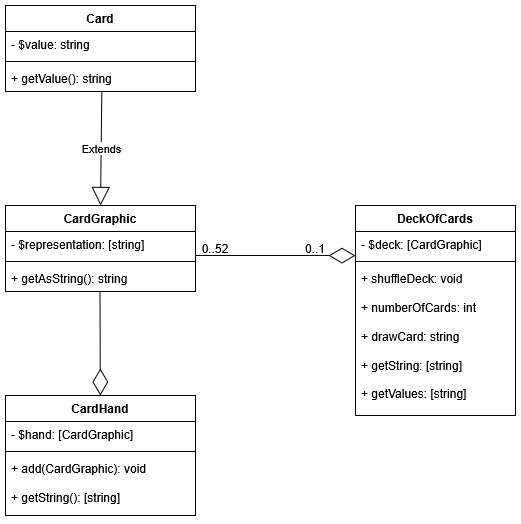
This is assets/images/kmom02mvc.png from lisarosengren/MVC, a draw.io export, as it was before one commit. Source tidied: cells renumbered, new cells last; positions are measured from the earlier drawing's top-left corner, leaving out a move shared by most shapes.
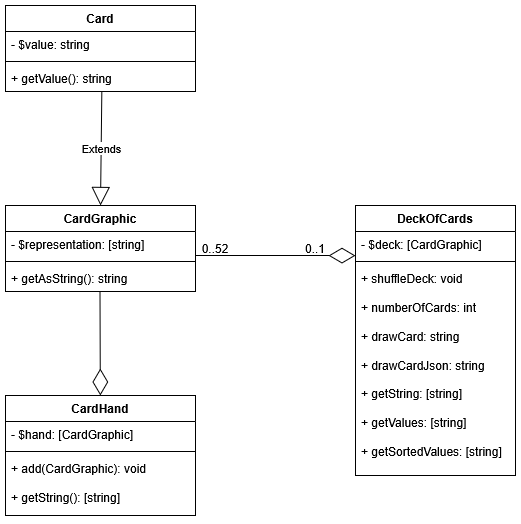
The same file after the commit.

Commit message:
Update UML, fix CSS on shuffle

The edit, as a diff of the source:
```diff
@@ -45,7 +45,7 @@
       <mxGeometry x="280" y="228" width="60" height="30" as="geometry" />
     </mxCell>
     <mxCell id="14" value="DeckOfCards" style="swimlane;fontStyle=1;align=center;verticalAlign=top;horizontal=1;startSize=26;whiteSpace=wrap;html=1;" parent="1" vertex="1">
-      <mxGeometry x="350" y="200" width="160" height="210" as="geometry" />
+      <mxGeometry x="350" y="200" width="160" height="270" as="geometry" />
     </mxCell>
     <mxCell id="15" value="- $deck: [CardGraphic]" style="text;strokeColor=none;fillColor=none;align=left;verticalAlign=top;spacingLeft=4;spacingRight=4;overflow=hidden;whiteSpace=wrap;html=1;" parent="14" vertex="1">
       <mxGeometry y="26" width="160" height="26" as="geometry" />
@@ -53,8 +53,8 @@
     <mxCell id="16" style="line;strokeWidth=1;fillColor=none;align=left;verticalAlign=middle;spacingTop=-1;spacingLeft=3;spacingRight=3;labelPosition=right;strokeColor=inherit;" parent="14" vertex="1">
       <mxGeometry y="52" width="160" height="8" as="geometry" />
     </mxCell>
-    <mxCell id="17" value="&lt;div&gt;+ shuffleDeck: void&lt;/div&gt;&lt;div&gt;&lt;br&gt;&lt;/div&gt;&lt;div&gt;+ numberOfCards: int&lt;/div&gt;&lt;div&gt;&lt;br&gt;&lt;/div&gt;&lt;div&gt;+ drawCard: string&lt;/div&gt;&lt;div&gt;&lt;br&gt;&lt;/div&gt;&lt;div&gt;+ getString: [string]&lt;/div&gt;&lt;div&gt;&lt;br&gt;&lt;/div&gt;&lt;div&gt;+ getValues: [string]&lt;/div&gt;&lt;div&gt;&lt;br&gt;&lt;/div&gt;&lt;div&gt;&lt;br&gt;&lt;/div&gt;" style="text;strokeColor=none;fillColor=none;align=left;verticalAlign=top;spacingLeft=4;spacingRight=4;overflow=hidden;whiteSpace=wrap;html=1;" parent="14" vertex="1">
-      <mxGeometry y="60" width="160" height="150" as="geometry" />
+    <mxCell id="17" value="&lt;div&gt;+ shuffleDeck: void&lt;/div&gt;&lt;div&gt;&lt;br&gt;&lt;/div&gt;&lt;div&gt;+ numberOfCards: int&lt;/div&gt;&lt;div&gt;&lt;br&gt;&lt;/div&gt;&lt;div&gt;+ drawCard: string&lt;/div&gt;&lt;div&gt;&lt;br&gt;&lt;/div&gt;&lt;div&gt;&lt;div&gt;+ drawCardJson: string&lt;/div&gt;&lt;br&gt;&lt;/div&gt;&lt;div&gt;+ getString: [string]&lt;/div&gt;&lt;div&gt;&lt;br&gt;&lt;/div&gt;&lt;div&gt;+ getValues: [string]&lt;/div&gt;&lt;div&gt;&lt;br&gt;&lt;/div&gt;&lt;div&gt;&lt;div&gt;+ getSortedValues: [string]&lt;/div&gt;&lt;br&gt;&lt;/div&gt;&lt;div&gt;&lt;br&gt;&lt;/div&gt;&lt;div&gt;&lt;br&gt;&lt;/div&gt;" style="text;strokeColor=none;fillColor=none;align=left;verticalAlign=top;spacingLeft=4;spacingRight=4;overflow=hidden;whiteSpace=wrap;html=1;" parent="14" vertex="1">
+      <mxGeometry y="60" width="160" height="210" as="geometry" />
     </mxCell>
     <mxCell id="18" value="CardHand" style="swimlane;fontStyle=1;align=center;verticalAlign=top;horizontal=1;startSize=26;whiteSpace=wrap;html=1;" parent="1" vertex="1">
       <mxGeometry y="390" width="190" height="120" as="geometry" />
```
